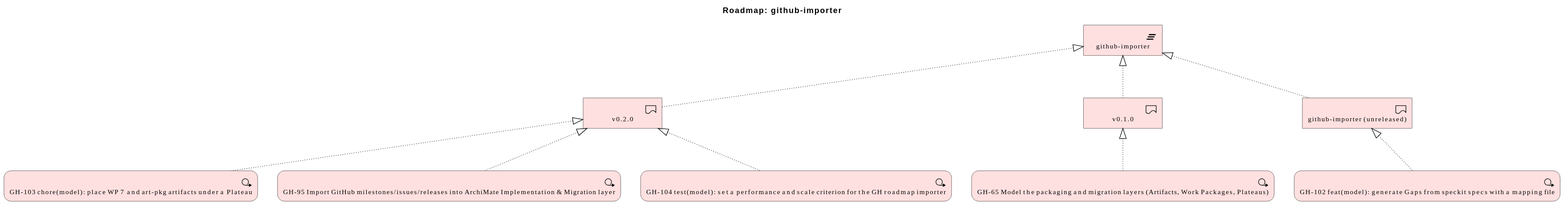
wolffy-au/frictionless-architect keeps this PlantUML diagram as architecture/model/diagrams/migration/plat-github-importer-11.svg. Above is the earlier version. Its diagram source:
```plantuml
@startuml
!include <archimate/Archimate>

title Roadmap: github-importer

Implementation_Deliverable(e_id61cffb00cfef51, "github-importer (unreleased)")
Implementation_Deliverable(e_id314ed2487dd05b, "v0.1.0")
Implementation_Deliverable(e_idd0d06b4c05ff55, "v0.2.0")
Implementation_Plateau(e_id3f6523f8eb5a5a, "github-importer")
Implementation_WorkPackage(e_id19df20e325705a, "GH-103 chore(model): place WP 7 and art-pkg artifacts under a Plateau")
Implementation_WorkPackage(e_id0d5fd9c46de652, "GH-102 feat(model): generate Gaps from speckit specs with a mapping file")
Implementation_WorkPackage(e_ide9cad46822105d, "GH-95 Import GitHub milestones/issues/releases into ArchiMate Implementation & Migration layer")
Implementation_WorkPackage(e_id3957ac79b8315e, "GH-65 Model the packaging and migration layers (Artifacts, Work Packages, Plateaus)")
Implementation_WorkPackage(e_id86bfb9c548ad56, "GH-104 test(model): set a performance and scale criterion for the GH roadmap importer")

Rel_Realization_Up(e_id61cffb00cfef51, e_id3f6523f8eb5a5a, "")
Rel_Realization_Up(e_id314ed2487dd05b, e_id3f6523f8eb5a5a, "")
Rel_Realization_Up(e_idd0d06b4c05ff55, e_id3f6523f8eb5a5a, "")
Rel_Realization_Up(e_id19df20e325705a, e_idd0d06b4c05ff55, "")
Rel_Realization_Up(e_id0d5fd9c46de652, e_id61cffb00cfef51, "")
Rel_Realization_Up(e_ide9cad46822105d, e_idd0d06b4c05ff55, "")
Rel_Realization_Up(e_id3957ac79b8315e, e_id314ed2487dd05b, "")
Rel_Realization_Up(e_id86bfb9c548ad56, e_idd0d06b4c05ff55, "")
@enduml
```
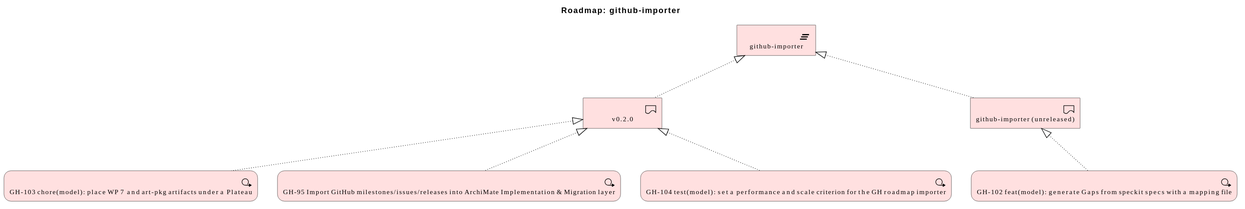
Later version of the same file.

Change to the diagram source:
```diff
@@ -4,21 +4,17 @@
 title Roadmap: github-importer
 
 Implementation_Deliverable(e_id61cffb00cfef51, "github-importer (unreleased)")
-Implementation_Deliverable(e_id314ed2487dd05b, "v0.1.0")
 Implementation_Deliverable(e_idd0d06b4c05ff55, "v0.2.0")
 Implementation_Plateau(e_id3f6523f8eb5a5a, "github-importer")
 Implementation_WorkPackage(e_id19df20e325705a, "GH-103 chore(model): place WP 7 and art-pkg artifacts under a Plateau")
 Implementation_WorkPackage(e_id0d5fd9c46de652, "GH-102 feat(model): generate Gaps from speckit specs with a mapping file")
 Implementation_WorkPackage(e_ide9cad46822105d, "GH-95 Import GitHub milestones/issues/releases into ArchiMate Implementation & Migration layer")
-Implementation_WorkPackage(e_id3957ac79b8315e, "GH-65 Model the packaging and migration layers (Artifacts, Work Packages, Plateaus)")
 Implementation_WorkPackage(e_id86bfb9c548ad56, "GH-104 test(model): set a performance and scale criterion for the GH roadmap importer")
 
 Rel_Realization_Up(e_id61cffb00cfef51, e_id3f6523f8eb5a5a, "")
-Rel_Realization_Up(e_id314ed2487dd05b, e_id3f6523f8eb5a5a, "")
 Rel_Realization_Up(e_idd0d06b4c05ff55, e_id3f6523f8eb5a5a, "")
 Rel_Realization_Up(e_id19df20e325705a, e_idd0d06b4c05ff55, "")
 Rel_Realization_Up(e_id0d5fd9c46de652, e_id61cffb00cfef51, "")
 Rel_Realization_Up(e_ide9cad46822105d, e_idd0d06b4c05ff55, "")
-Rel_Realization_Up(e_id3957ac79b8315e, e_id314ed2487dd05b, "")
 Rel_Realization_Up(e_id86bfb9c548ad56, e_idd0d06b4c05ff55, "")
 @enduml
```
